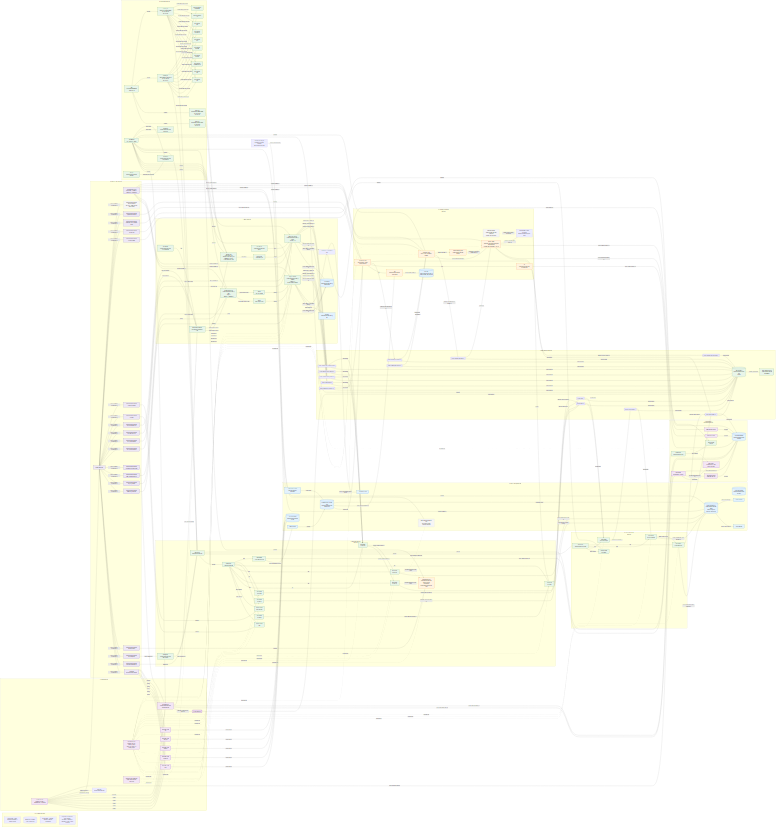
Above: docs/design/platform/dev_full/graph/dev_full_platform_network_current_v0.mermaid.png in EsosaOrumwese/fraud-detection-system (Mermaid), before the change. Its source is kept beside it as docs/design/platform/dev_full/graph/dev_full_platform_network_current_v0.mermaid.mmd.
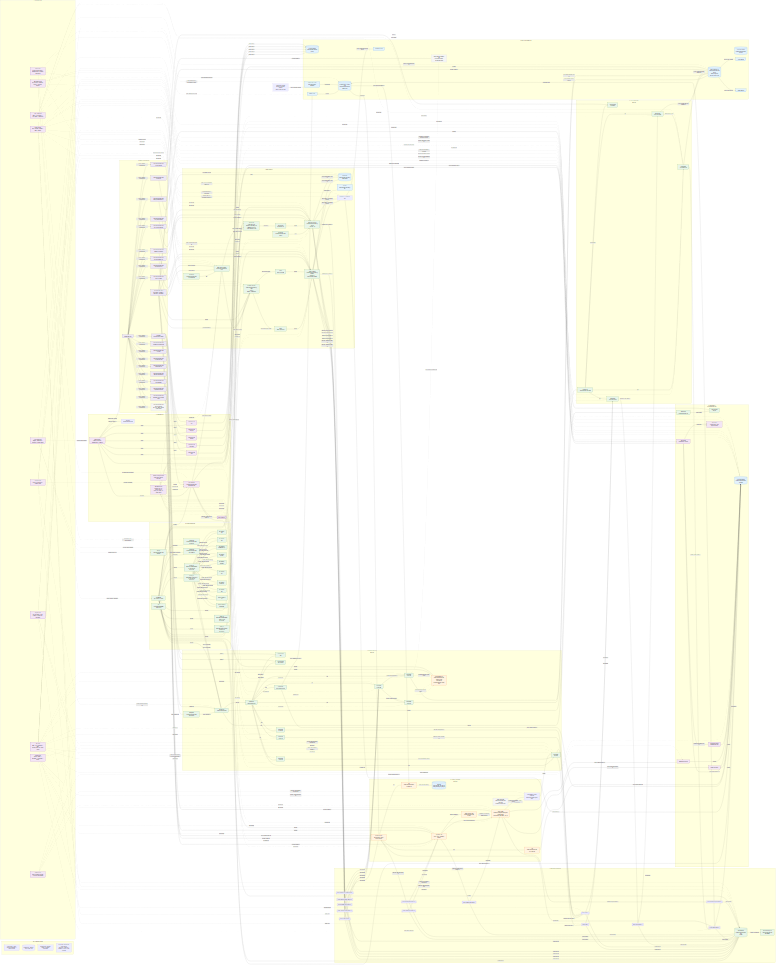
The same file after the commit.

Commit message:
Add production paths and companion graph to dev_full platform documentation

Diff of the diagram source:
```diff
@@ -167,6 +167,19 @@
     DASHOPS["Dashboard<br>fraud-platform-dev-full-operations"]
     DASHCOST["Dashboard<br>fraud-platform-dev-full-cost-guardrail"]
     BUDGET["Budget<br>fraud-platform-dev-full-monthly"]
+  end
+
+  subgraph PATHS["11. Production Paths"]
+    HOTPATH["Hot path<br>WSP -> IG -> Event Bus -> RTDL<br>real-time decision / action / audit"]
+    ADMISSIONPATH["Admission path<br>auth / throttle / dedupe / admit / publish"]
+    CASELABELPATH["Case + label path<br>RTDL -> Case Trigger -> Case Mgmt -> Label Store"]
+    LEARNINGPATH["Learning path<br>archive + labels -> Databricks -> SageMaker -> MLflow"]
+    RECOVERYPATH["Recovery path<br>restart / lag catch-up / stable re-entry"]
+    DEGRADEPATH["Degrade path<br>missing context / stale features / fail-closed / quarantine"]
+    REPLAYPATH["Replay path<br>oracle or archive truth -> bounded rerun -> evidence comparison"]
+    ROLLBACKPATH["Rollback path<br>MLflow promotion corridor -> previous active bundle"]
+    OBSPATH["Observability path<br>logs / metrics / evidence / reports -> operator diagnosis"]
+    COSTPATH["Cost-control path<br>budget / dashboards / teardown / residual control"]
   end
 
   EXT -->|writes upstream artifacts| ORACLE
@@ -430,6 +443,81 @@
   CW -->|materializes| DASHCOST
   BUDGET -->|feeds budget posture into| DASHCOST
 
+  HOTPATH -. runs through .-> WSP
+  HOTPATH -. runs through .-> HTTPAPI
+  HOTPATH -. runs through .-> IGLAMBDA
+  HOTPATH -. runs through .-> IGSVC
+  HOTPATH -. runs through .-> MSK
+  HOTPATH -. runs through .-> CSFB
+  HOTPATH -. runs through .-> IEG
+  HOTPATH -. runs through .-> OFP
+  HOTPATH -. runs through .-> DL
+  HOTPATH -. runs through .-> DF
+  HOTPATH -. runs through .-> AL
+  HOTPATH -. runs through .-> DLA
+  HOTPATH -. writes evidence into .-> EVID
+
+  ADMISSIONPATH -. runs through .-> WSP
+  ADMISSIONPATH -. runs through .-> HTTPAPI
+  ADMISSIONPATH -. runs through .-> ALB
+  ADMISSIONPATH -. runs through .-> IGLAMBDA
+  ADMISSIONPATH -. runs through .-> IGSVC
+  ADMISSIONPATH -. uses dedupe state in .-> IGDDB
+  ADMISSIONPATH -. sends poison or retryable failures to .-> IGDLQ
+  ADMISSIONPATH -. appends admit or quarantine receipts to .-> IGRECEIPTS
+  ADMISSIONPATH -. publishes admitted events into .-> MSK
+
+  CASELABELPATH -. begins from .-> TRTDL
+  CASELABELPATH -. begins from .-> TAUDIT
+  CASELABELPATH -. runs through .-> CASETRIG
+  CASELABELPATH -. runs through .-> CM
+  CASELABELPATH -. runs through .-> LS
+  CASELABELPATH -. persists operational truth in .-> AURORA
+  CASELABELPATH -. evidences outcomes in .-> EVID
+
+  LEARNINGPATH -. reads replayable truth from .-> OBJ
+  LEARNINGPATH -. reads label truth from .-> TLABELS
+  LEARNINGPATH -. runs through .-> DBX
+  LEARNINGPATH -. runs through .-> SM
+  LEARNINGPATH -. runs through .-> MLFLOW
+  LEARNINGPATH -. resolves serving authority in .-> REGACTIVE
+  LEARNINGPATH -. feeds active runtime bundle to .-> DF
+
+  RECOVERYPATH -. recovery governed by .-> SFN
+  RECOVERYPATH -. edge recovery observed on .-> HTTPAPI
+  RECOVERYPATH -. ingress recovery observed on .-> IGLAMBDA
+  RECOVERYPATH -. queue or lag recovery observed on .-> MSK
+  RECOVERYPATH -. worker recovery observed on .-> EKS
+  RECOVERYPATH -. restart-to-green evidenced in .-> EVID
+
+  DEGRADEPATH -. advisory or fail-closed posture computed by .-> DL
+  DEGRADEPATH -. enforced in .-> DF
+  DEGRADEPATH -. surfaced through .-> TAUDIT
+  DEGRADEPATH -. quarantine receipts persisted in .-> IGRECEIPTS
+  DEGRADEPATH -. operator evidence stored in .-> EVID
+
+  REPLAYPATH -. reads authoritative upstream basis from .-> ORACLE
+  REPLAYPATH -. reads archived basis from .-> ARCHIVEPATH
+  REPLAYPATH -. re-enters through .-> WSP
+  REPLAYPATH -. bounded rerun governed by .-> SFN
+  REPLAYPATH -. comparison evidence stored in .-> EVID
+
+  ROLLBACKPATH -. governed by .-> MLFLOW
+  ROLLBACKPATH -. records rollback receipts in .-> ROLLBACK
+  ROLLBACKPATH -. updates active bundle resolution in .-> REGACTIVE
+  ROLLBACKPATH -. restored runtime bundle consumed by .-> DF
+
+  OBSPATH -. metrics and logs emitted to .-> CW
+  OBSPATH -. receipts and reports stored in .-> EVID
+  OBSPATH -. control facts emitted by .-> RUNCTL
+  OBSPATH -. reconciliation surfaced in .-> REPORTS
+  OBSPATH -. operational views materialized in .-> DASHOPS
+
+  COSTPATH -. budget policy set by .-> BUDGET
+  COSTPATH -. cost view materialized in .-> DASHCOST
+  COSTPATH -. teardown dispatched by .-> GHA
+  COSTPATH -. evidence of spend and teardown stored in .-> EVID
+
   classDef live fill:#e8f5e9,stroke:#2e7d32,color:#111,stroke-width:1.4px;
   classDef store fill:#e3f2fd,stroke:#1565c0,color:#111,stroke-width:1.4px;
   classDef managed fill:#fff3e0,stroke:#ef6c00,color:#111,stroke-width:1.4px;
@@ -437,7 +525,7 @@
   classDef retained fill:#f5f5f5,stroke:#616161,color:#111,stroke-dasharray: 5 3;
   classDef infra fill:#ede7f6,stroke:#4527a0,color:#111,stroke-width:1.4px;
 
-  class GHA,TFCORE,TFSTREAM,TFRUNTIME,TFDML,TFOPS,SFN,CTRLBUS,RUNID,RUNTIMEPATH,RUNCTL,REPORTS,GOVAPPEND,PROMO,ROLLBACK control;
+  class GHA,TFCORE,TFSTREAM,TFRUNTIME,TFDML,TFOPS,SFN,CTRLBUS,RUNID,RUNTIMEPATH,RUNCTL,REPORTS,GOVAPPEND,PROMO,ROLLBACK,HOTPATH,ADMISSIONPATH,CASELABELPATH,LEARNINGPATH,RECOVERYPATH,DEGRADEPATH,REPLAYPATH,ROLLBACKPATH,OBSPATH,COSTPATH control;
   class WSPCLUSTER,WSP,HTTPAPI,APIR1,APIR2,IGLAMBDA,IGSVC_CLUSTER,ALB,TG,IGSVC,MSK,GLUEREG,EKS,NG,NSRTDL,SARTDL,SADEC,CSFB,IEG,OFP,DL,DF,AL,DLA,ARCHIVE,NSCL,SACL,CASETRIG,CM,LS,NSOBS,SAOBS,CW,DASHOPS,DASHCOST,BUDGET,VPCESTS,VPCESSM,VPCELOGS,VPCEECRAPI,VPCEECRDKR,VPCEEC2,VPCEEXECAPI,VPCESQS,VPCES3,VPCEDDB,VPC,PUB1,PUB2,PRIV1,PRIV2 live;
   class IGDDB,IGDLQ,EVID,OBJ,ART,TFSTATE,AURORA,AURW,AURR,ORACLE,ARCHIVEPATH,QUARPATH,GLUEDB store;
   class DBX,DBXBUILD,DBXQUAL,SM,SMPKG,MLFLOW,MSF managed;
```
